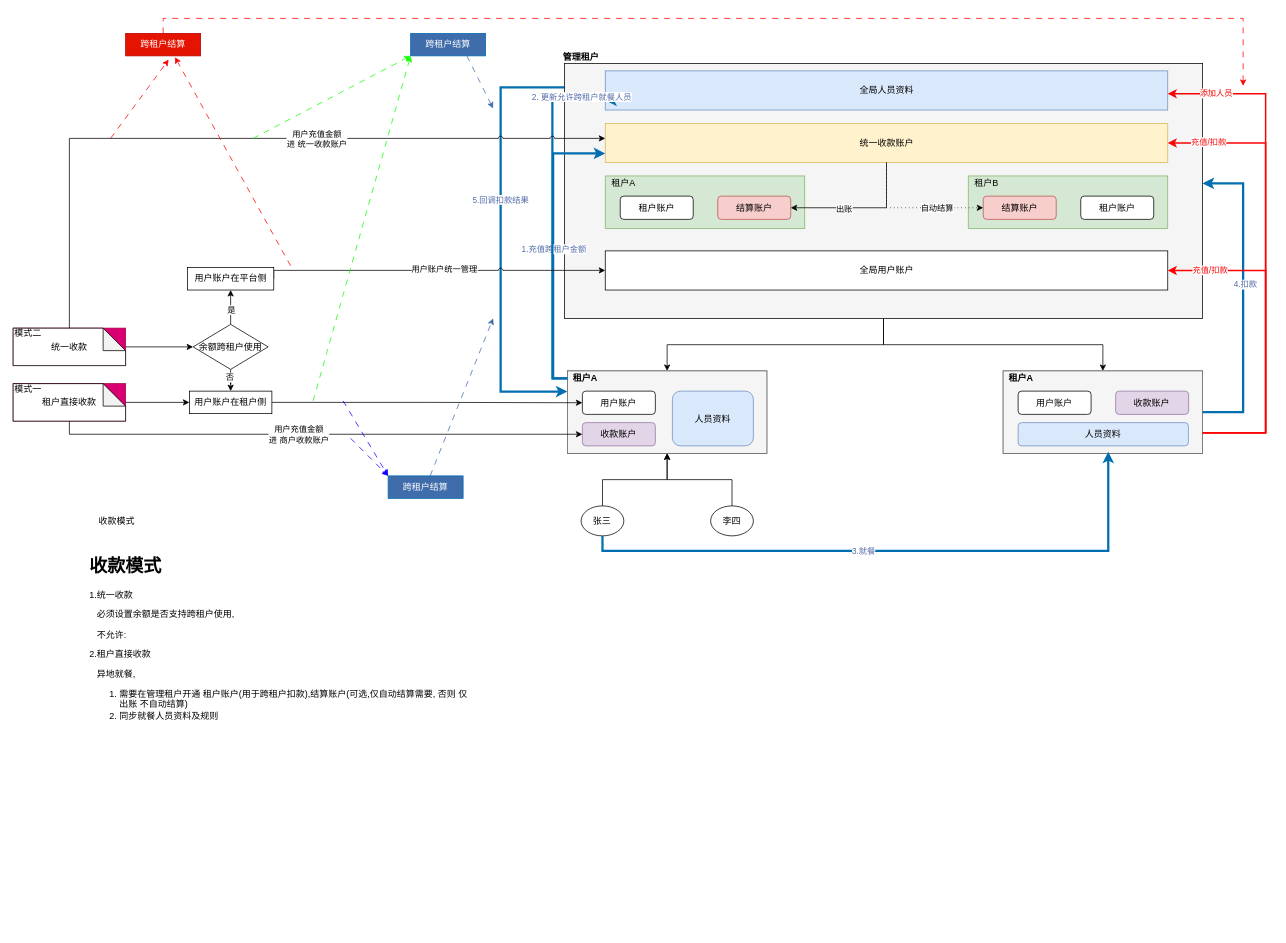
liolay/draw keeps this draw.io diagram as 集团版设计.drawio. Above is the earlier version. Source tidied: cells renumbered, new cells numbered last; positions are measured from the earlier drawing's top-left corner, leaving out a move shared by most shapes. Both pictures are drawn from the tidied source at 75%, with x=0, y=0 at pixel (13, 18).
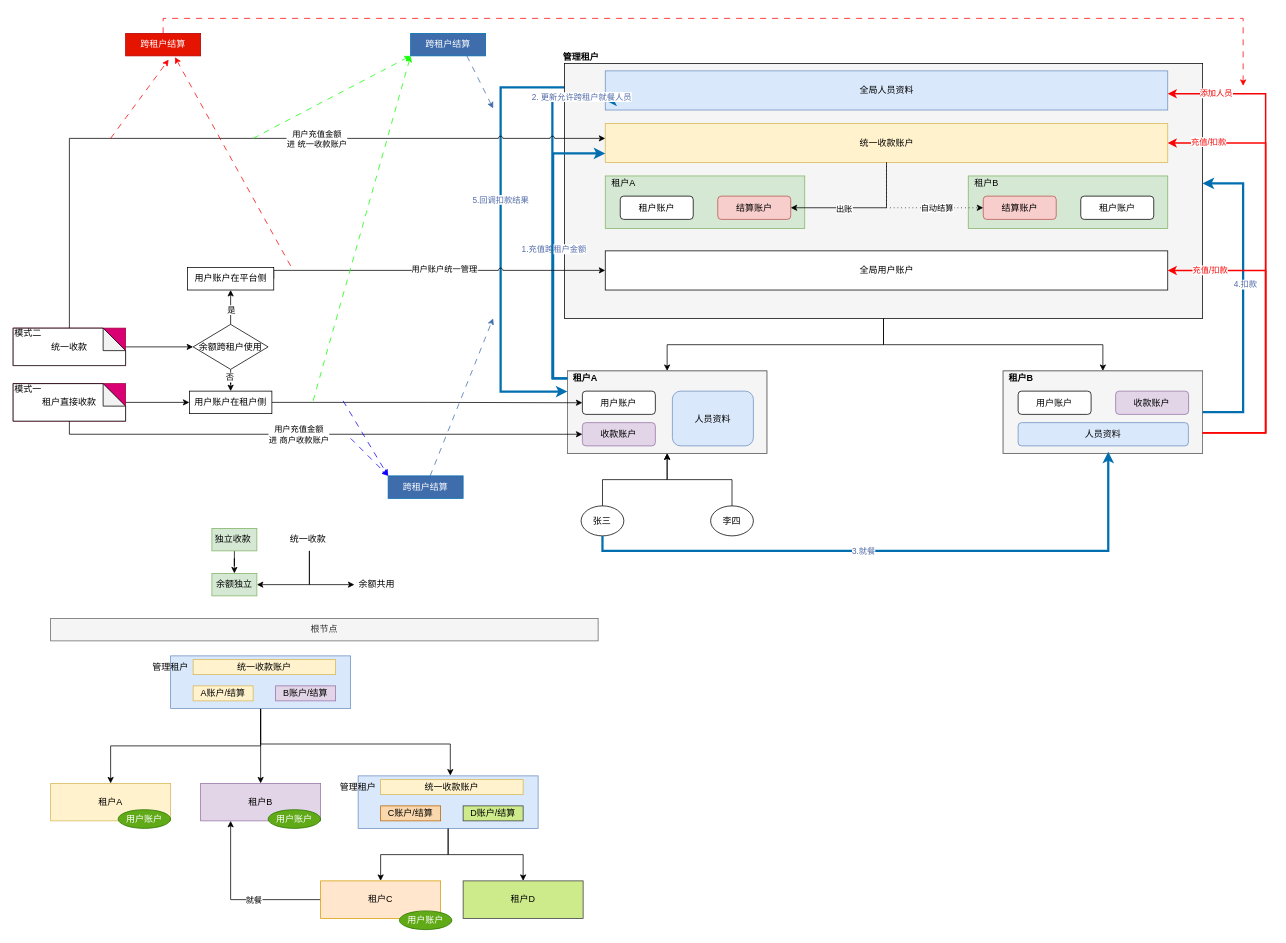
After the change.

Commit message:
更新集团版设计.drawio

Unchanged cells that the change refers to:
```xml
<mxCell id="26" style="group;fillColor=#f5f5f5;fontColor=#333333;strokeColor=#666666;" parent="1" vertex="1">
  <mxGeometry x="1320" y="470" width="266" height="110" as="geometry" />
</mxCell>
```

Diff of the diagram source:
```diff
@@
-    <mxCell id="28" value="租户A" style="text;html=1;whiteSpace=wrap;strokeColor=none;fillColor=none;align=center;verticalAlign=middle;rounded=0;fontStyle=1;" parent="26" vertex="1">
+    <mxCell id="28" value="租户B" style="text;html=1;whiteSpace=wrap;strokeColor=none;fillColor=none;align=center;verticalAlign=middle;rounded=0;fontStyle=1;" parent="26" vertex="1">
       <mxGeometry width="47.5" height="20" as="geometry" />
     </mxCell>
@@
-    <mxCell id="89" value="收款模式&amp;nbsp;" style="text;html=1;whiteSpace=wrap;strokeColor=none;fillColor=none;align=center;verticalAlign=middle;rounded=0;" parent="1" vertex="1">
-      <mxGeometry x="110" y="655" width="60" height="30" as="geometry" />
-    </mxCell>
-    <mxCell id="90" value="&lt;h1 style=&quot;margin-top: 0px;&quot;&gt;收款模式&lt;/h1&gt;&lt;p&gt;1.统一收款&lt;/p&gt;&lt;p&gt;&amp;nbsp; &amp;nbsp;必须设置余额是否支持跨租户使用,&lt;/p&gt;&lt;p&gt;&amp;nbsp; &amp;nbsp;不允许:&amp;nbsp; &amp;nbsp;&lt;span style=&quot;background-color: transparent; color: light-dark(rgb(0, 0, 0), rgb(255, 255, 255));&quot;&gt;&amp;nbsp;&amp;nbsp;&lt;/span&gt;&lt;/p&gt;&lt;p&gt;2.租户直接收款&lt;/p&gt;&lt;p&gt;&lt;span style=&quot;background-color: transparent; color: light-dark(rgb(0, 0, 0), rgb(255, 255, 255));&quot;&gt;&amp;nbsp; &amp;nbsp;异地就餐,&lt;/span&gt;&lt;/p&gt;&lt;ol&gt;&lt;li&gt;需要在管理租户开通 租户账户(用于跨租户扣款),结算账户(可选,仅自动结算需要, 否则 仅出账 不自动结算)&amp;nbsp; &amp;nbsp; &amp;nbsp; &amp;nbsp; &amp;nbsp; &amp;nbsp; &amp;nbsp; &amp;nbsp; &amp;nbsp; &amp;nbsp; &amp;nbsp; &amp;nbsp; &amp;nbsp; &amp;nbsp; &amp;nbsp; &amp;nbsp; &amp;nbsp; &amp;nbsp; &amp;nbsp; &amp;nbsp; &amp;nbsp; &amp;nbsp;&lt;/li&gt;&lt;li&gt;&lt;span style=&quot;background-color: transparent; color: light-dark(rgb(0, 0, 0), rgb(255, 255, 255));&quot;&gt;同步就餐人员资料及规则&lt;/span&gt;&lt;/li&gt;&lt;/ol&gt;&lt;p&gt;&lt;/p&gt;" style="text;html=1;whiteSpace=wrap;overflow=hidden;rounded=0;" parent="1" vertex="1">
-      <mxGeometry x="100" y="710" width="510" height="320" as="geometry" />
-    </mxCell>
+    <mxCell id="91" style="edgeStyle=orthogonalEdgeStyle;rounded=0;jettySize=auto;html=1;exitX=0.5;exitY=1;exitDx=0;exitDy=0;" parent="1" edge="1" source="94" target="95">
+      <mxGeometry relative="1" as="geometry" />
+    </mxCell>
+    <mxCell id="92" style="edgeStyle=orthogonalEdgeStyle;rounded=0;jettySize=auto;html=1;" parent="1" edge="1" source="94" target="96">
+      <mxGeometry relative="1" as="geometry" />
+    </mxCell>
+    <mxCell id="93" style="edgeStyle=orthogonalEdgeStyle;rounded=0;jettySize=auto;html=1;exitX=0.5;exitY=1;exitDx=0;exitDy=0;entryX=0.489;entryY=-0.275;entryDx=0;entryDy=0;entryPerimeter=0;" parent="1" edge="1" source="94" target="121">
+      <mxGeometry relative="1" as="geometry" />
+    </mxCell>
+    <mxCell id="94" style="rounded=0;whiteSpace=wrap;html=1;fillColor=#dae8fc;strokeColor=#6c8ebf;" parent="1" vertex="1">
+      <mxGeometry x="210" y="850" width="240" height="70" as="geometry" />
+    </mxCell>
+    <mxCell id="95" value="租户A" style="rounded=0;whiteSpace=wrap;html=1;fillColor=#fff2cc;strokeColor=#d6b656;" parent="1" vertex="1">
+      <mxGeometry x="50" y="1020" width="160" height="50" as="geometry" />
+    </mxCell>
+    <mxCell id="96" value="租户B" style="rounded=0;whiteSpace=wrap;html=1;fillColor=#e1d5e7;strokeColor=#9673a6;" parent="1" vertex="1">
+      <mxGeometry x="250" y="1020" width="160" height="50" as="geometry" />
+    </mxCell>
+    <mxCell id="97" style="edgeStyle=orthogonalEdgeStyle;rounded=0;jettySize=auto;html=1;entryX=0.5;entryY=0;entryDx=0;entryDy=0;" parent="1" edge="1" source="117" target="100">
+      <mxGeometry relative="1" as="geometry" />
+    </mxCell>
+    <mxCell id="98" style="rounded=0;jettySize=auto;html=1;entryX=0.25;entryY=1;entryDx=0;entryDy=0;exitX=0;exitY=0.5;exitDx=0;exitDy=0;" parent="1" edge="1" source="100" target="96">
+      <mxGeometry relative="1" as="geometry">
+        <Array as="points">
+          <mxPoint x="290" y="1175" />
+        </Array>
+      </mxGeometry>
+    </mxCell>
+    <mxCell id="99" value="就餐" style="edgeLabel;html=1;align=center;verticalAlign=middle;" parent="98" vertex="1">
+      <mxGeometry x="0.37" y="-2" relative="1" as="geometry">
+        <mxPoint x="28" y="34" as="offset" />
+      </mxGeometry>
+    </mxCell>
+    <mxCell id="100" value="租户C" style="rounded=0;whiteSpace=wrap;html=1;fillColor=#ffe6cc;strokeColor=#d79b00;" parent="1" vertex="1">
+      <mxGeometry x="410" y="1150" width="160" height="50" as="geometry" />
+    </mxCell>
+    <mxCell id="101" value="租户D" style="rounded=0;whiteSpace=wrap;html=1;fillColor=#cdeb8b;strokeColor=#36393d;" parent="1" vertex="1">
+      <mxGeometry x="600" y="1150" width="160" height="50" as="geometry" />
+    </mxCell>
+    <mxCell id="102" value="余额共用" style="text;html=1;whiteSpace=wrap;strokeColor=none;fillColor=none;align=center;verticalAlign=middle;rounded=0;" parent="1" vertex="1">
+      <mxGeometry x="455" y="740" width="60" height="30" as="geometry" />
+    </mxCell>
+    <mxCell id="103" style="edgeStyle=orthogonalEdgeStyle;rounded=0;jettySize=auto;html=1;entryX=1;entryY=0.5;entryDx=0;entryDy=0;exitX=0.5;exitY=1;exitDx=0;exitDy=0;" parent="1" edge="1" source="105" target="106">
+      <mxGeometry relative="1" as="geometry" />
+    </mxCell>
+    <mxCell id="104" style="edgeStyle=orthogonalEdgeStyle;rounded=0;jettySize=auto;html=1;exitX=0.5;exitY=1;exitDx=0;exitDy=0;entryX=0;entryY=0.5;entryDx=0;entryDy=0;" parent="1" edge="1" source="105" target="102">
+      <mxGeometry relative="1" as="geometry" />
+    </mxCell>
+    <mxCell id="105" value="统一收款&amp;nbsp;" style="text;html=1;whiteSpace=wrap;strokeColor=none;fillColor=none;align=center;verticalAlign=middle;rounded=0;" parent="1" vertex="1">
+      <mxGeometry x="365" y="680" width="60" height="30" as="geometry" />
+    </mxCell>
+    <mxCell id="106" value="余额独立" style="text;html=1;whiteSpace=wrap;strokeColor=#82b366;fillColor=#d5e8d4;align=center;verticalAlign=middle;rounded=0;" parent="1" vertex="1">
+      <mxGeometry x="265" y="740" width="60" height="30" as="geometry" />
+    </mxCell>
+    <mxCell id="107" style="edgeStyle=orthogonalEdgeStyle;rounded=0;jettySize=auto;html=1;exitX=0.5;exitY=1;exitDx=0;exitDy=0;" parent="1" edge="1" source="108" target="106">
+      <mxGeometry relative="1" as="geometry" />
+    </mxCell>
+    <mxCell id="108" value="独立收款&amp;nbsp;" style="text;html=1;whiteSpace=wrap;strokeColor=#82b366;fillColor=#d5e8d4;align=center;verticalAlign=middle;rounded=0;" parent="1" vertex="1">
+      <mxGeometry x="265" y="680" width="60" height="30" as="geometry" />
+    </mxCell>
+    <mxCell id="109" value="A账户/结算" style="text;html=1;whiteSpace=wrap;strokeColor=#d6b656;fillColor=#fff2cc;align=center;verticalAlign=middle;rounded=0;" parent="1" vertex="1">
+      <mxGeometry x="240" y="890" width="80" height="20" as="geometry" />
+    </mxCell>
+    <mxCell id="110" value="根节点" style="rounded=0;whiteSpace=wrap;html=1;fillColor=#f5f5f5;fontColor=#333333;strokeColor=#666666;" parent="1" vertex="1">
+      <mxGeometry x="50" y="800" width="730" height="30" as="geometry" />
+    </mxCell>
+    <mxCell id="111" value="B账户/结算" style="text;html=1;whiteSpace=wrap;strokeColor=#9673a6;fillColor=#e1d5e7;align=center;verticalAlign=middle;rounded=0;" parent="1" vertex="1">
+      <mxGeometry x="350" y="890" width="80" height="20" as="geometry" />
+    </mxCell>
+    <mxCell id="112" value="管理租户" style="text;html=1;whiteSpace=wrap;strokeColor=none;fillColor=none;align=center;verticalAlign=middle;rounded=0;" parent="1" vertex="1">
+      <mxGeometry x="180" y="850" width="60" height="30" as="geometry" />
+    </mxCell>
+    <mxCell id="113" value="统一收款账户" style="text;html=1;whiteSpace=wrap;strokeColor=#d6b656;fillColor=#fff2cc;align=center;verticalAlign=middle;rounded=0;" parent="1" vertex="1">
+      <mxGeometry x="240" y="855" width="190" height="20" as="geometry" />
+    </mxCell>
+    <mxCell id="114" value="&lt;span style=&quot;color: rgb(255, 255, 255);&quot;&gt;用户账户&lt;/span&gt;" style="ellipse;whiteSpace=wrap;html=1;fillColor=#60a917;fontColor=#ffffff;strokeColor=#2D7600;" parent="1" vertex="1">
+      <mxGeometry x="140" y="1055" width="70" height="25" as="geometry" />
+    </mxCell>
+    <mxCell id="115" value="&lt;span style=&quot;color: rgb(255, 255, 255);&quot;&gt;用户账户&lt;/span&gt;" style="ellipse;whiteSpace=wrap;html=1;fillColor=#60a917;fontColor=#ffffff;strokeColor=#2D7600;" parent="1" vertex="1">
+      <mxGeometry x="340" y="1055" width="70" height="25" as="geometry" />
+    </mxCell>
+    <mxCell id="116" style="group;" parent="1" vertex="1">
+      <mxGeometry x="430" y="1010" width="270" height="70" as="geometry" />
+    </mxCell>
+    <mxCell id="117" style="rounded=0;whiteSpace=wrap;html=1;fillColor=#dae8fc;strokeColor=#6c8ebf;" parent="116" vertex="1">
+      <mxGeometry x="30" width="240" height="70" as="geometry" />
+    </mxCell>
+    <mxCell id="118" value="C账户/结算" style="text;html=1;whiteSpace=wrap;strokeColor=#b46504;fillColor=#fad7ac;align=center;verticalAlign=middle;rounded=0;" parent="116" vertex="1">
+      <mxGeometry x="60" y="40" width="80" height="20" as="geometry" />
+    </mxCell>
+    <mxCell id="119" value="D账户/结算" style="text;html=1;whiteSpace=wrap;strokeColor=#36393d;fillColor=#cdeb8b;align=center;verticalAlign=middle;rounded=0;" parent="116" vertex="1">
+      <mxGeometry x="170" y="40" width="80" height="20" as="geometry" />
+    </mxCell>
+    <mxCell id="120" value="管理租户" style="text;html=1;whiteSpace=wrap;strokeColor=none;fillColor=none;align=center;verticalAlign=middle;rounded=0;" parent="116" vertex="1">
+      <mxGeometry width="60" height="30" as="geometry" />
+    </mxCell>
+    <mxCell id="121" value="统一收款账户" style="text;html=1;whiteSpace=wrap;strokeColor=#d6b656;fillColor=#fff2cc;align=center;verticalAlign=middle;rounded=0;" parent="116" vertex="1">
+      <mxGeometry x="60" y="5" width="190" height="20" as="geometry" />
+    </mxCell>
+    <mxCell id="122" style="edgeStyle=orthogonalEdgeStyle;rounded=0;jettySize=auto;html=1;exitX=0.5;exitY=1;exitDx=0;exitDy=0;" parent="1" edge="1" source="117" target="101">
+      <mxGeometry relative="1" as="geometry" />
+    </mxCell>
+    <mxCell id="123" value="&lt;span style=&quot;color: rgb(255, 255, 255);&quot;&gt;用户账户&lt;/span&gt;" style="ellipse;whiteSpace=wrap;html=1;fillColor=#60a917;fontColor=#ffffff;strokeColor=#2D7600;" parent="1" vertex="1">
+      <mxGeometry x="515" y="1190" width="70" height="25" as="geometry" />
+    </mxCell>
```
